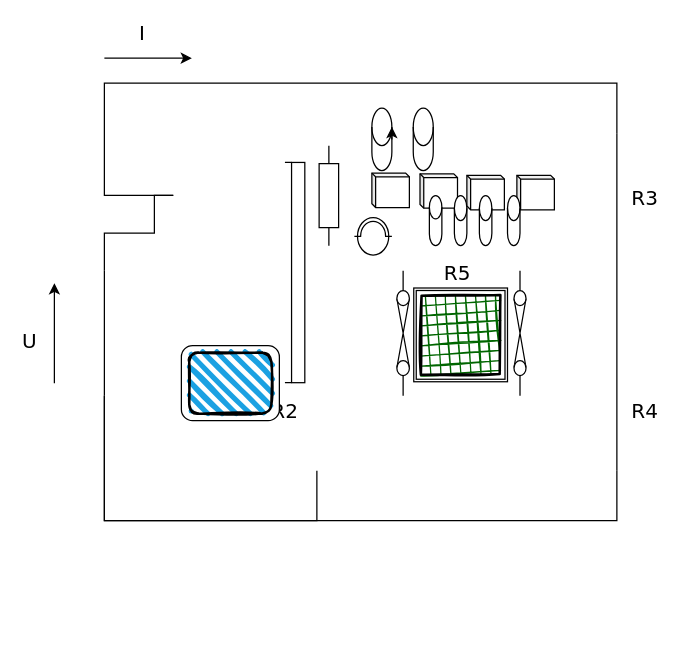
Earlier version of the draw.io diagram Untitled Diagram.drawio (Christcherubia/OpenClassroomsProject). Source tidied: cells renumbered, new cells numbered last; positions are measured from the earlier drawing's top-left corner, leaving out a move shared by most shapes. Both pictures are drawn from the tidied source at 125%, with x=0, y=0 at pixel (54, 58).
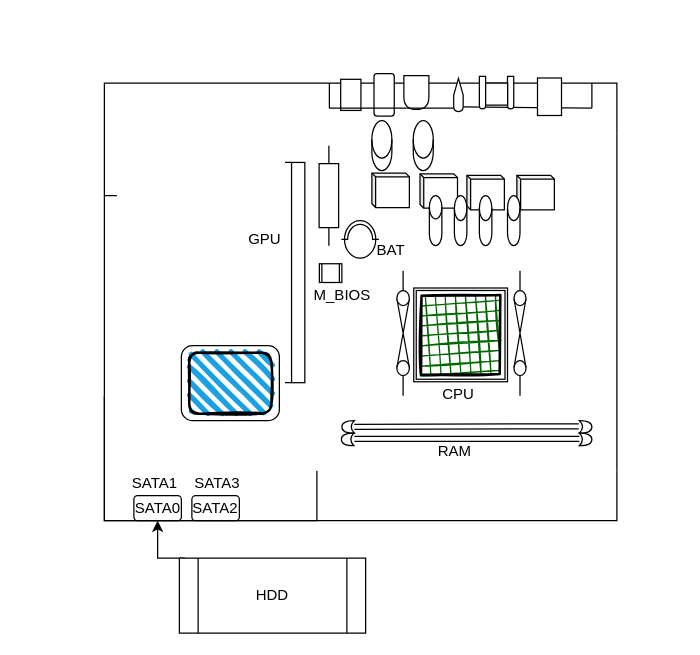
The same page after the edit.

Diff of the diagram source:
```diff
@@
-    <mxCell id="2" style="edgeStyle=orthogonalEdgeStyle;rounded=0;html=1;exitX=1;exitY=0.5;exitPerimeter=0;entryX=1;entryY=0.5;entryPerimeter=0;labelBackgroundColor=none;startArrow=none;startFill=0;startSize=5;endArrow=none;endFill=0;endSize=5;jettySize=auto;orthogonalLoop=1;strokeWidth=1;fontFamily=Verdana;fontSize=12;" parent="1" edge="1">
+    <mxCell id="2" style="edgeStyle=orthogonalEdgeStyle;rounded=0;html=1;entryX=1;entryY=0.5;entryPerimeter=0;labelBackgroundColor=none;startArrow=none;startFill=0;startSize=5;endArrow=none;endFill=0;endSize=5;jettySize=auto;orthogonalLoop=1;strokeWidth=1;fontFamily=Verdana;fontSize=12;" parent="1" edge="1">
       <mxGeometry relative="1" as="geometry">
-        <mxPoint x="95.1" y="109.8" as="sourcePoint" />
+        <mxPoint x="50" y="110" as="sourcePoint" />
         <mxPoint x="450" y="60" as="targetPoint" />
         <Array as="points">
           <mxPoint x="40" y="110" />
           <mxPoint x="40" y="20" />
           <mxPoint x="450" y="20" />
         </Array>
       </mxGeometry>
     </mxCell>
@@
-    <mxCell id="7" value="R2" style="text;html=1;align=left;verticalAlign=top;spacingTop=-4;fontSize=16;fontFamily=Verdana;" parent="1" vertex="1">
-      <mxGeometry x="172" y="270" width="40" height="20" as="geometry" />
-    </mxCell>
-    <mxCell id="8" value="R5" style="text;html=1;align=left;verticalAlign=top;spacingTop=-4;fontSize=16;fontFamily=Verdana;" parent="1" vertex="1">
-      <mxGeometry x="310" y="160" width="40" height="20" as="geometry" />
-    </mxCell>
-    <mxCell id="9" value="R3" style="text;html=1;align=left;verticalAlign=top;spacingTop=-4;fontSize=16;fontFamily=Verdana;" parent="1" vertex="1">
-      <mxGeometry x="460" y="100" width="40" height="20" as="geometry" />
-    </mxCell>
-    <mxCell id="10" value="R4" style="text;html=1;align=left;verticalAlign=top;spacingTop=-4;fontSize=16;fontFamily=Verdana;" parent="1" vertex="1">
-      <mxGeometry x="460" y="270" width="40" height="20" as="geometry" />
-    </mxCell>
-    <mxCell id="11" value="I" style="endArrow=classic;html=1;labelBackgroundColor=none;strokeWidth=1;fontFamily=Verdana;fontSize=16;" parent="1" edge="1">
-      <mxGeometry x="-0.14" y="20" relative="1" as="geometry">
-        <mxPoint x="40" as="sourcePoint" />
-        <mxPoint x="110" as="targetPoint" />
-      </mxGeometry>
-    </mxCell>
-    <mxCell id="12" value="U" style="endArrow=classic;html=1;labelBackgroundColor=none;strokeWidth=1;fontFamily=Verdana;fontSize=16;" parent="1" edge="1">
-      <mxGeometry x="-0.14" y="20" relative="1" as="geometry">
-        <mxPoint y="260" as="sourcePoint" />
-        <mxPoint y="180" as="targetPoint" />
-      </mxGeometry>
-    </mxCell>
@@
-    <mxCell id="14" style="edgeStyle=orthogonalEdgeStyle;rounded=0;html=1;exitX=1;exitY=0.5;exitPerimeter=0;entryX=1;entryY=0.5;entryPerimeter=0;labelBackgroundColor=none;startArrow=none;startFill=0;startSize=5;endArrow=none;endFill=0;endSize=5;jettySize=auto;orthogonalLoop=1;strokeWidth=1;fontFamily=Verdana;fontSize=12;" parent="1" edge="1">
-      <mxGeometry relative="1" as="geometry">
-        <mxPoint x="40" y="170" as="sourcePoint" />
-        <mxPoint x="95.1" y="109.8" as="targetPoint" />
-        <Array as="points">
-          <mxPoint x="40" y="140" />
-          <mxPoint x="80" y="140" />
-          <mxPoint x="80" y="110" />
-        </Array>
-      </mxGeometry>
-    </mxCell>
     <mxCell id="15" style="endArrow=none;html=1;" parent="1" edge="1">
       <mxGeometry relative="1" as="geometry">
         <mxPoint x="40" y="270" as="sourcePoint" />
-        <mxPoint x="40" y="170" as="targetPoint" />
+        <mxPoint x="40" y="110" as="targetPoint" />
       </mxGeometry>
     </mxCell>
     <mxCell id="16" style="verticalLabelPosition=bottom;shadow=0;dashed=0;align=center;html=1;verticalAlign=top;shape=mxgraph.electrical.miscellaneous.illuminating_bulb;" parent="1" vertex="1">
-      <mxGeometry x="240" y="127.5" width="30" height="30" as="geometry" />
+      <mxGeometry x="229.6" y="130" width="30" height="30" as="geometry" />
     </mxCell>
@@
     <mxCell id="19" style="shape=cylinder3;whiteSpace=wrap;html=1;boundedLbl=1;backgroundOutline=1;size=15;" parent="1" vertex="1">
-      <mxGeometry x="254" y="40" width="16" height="50" as="geometry" />
+      <mxGeometry x="254" y="50" width="16" height="40" as="geometry" />
     </mxCell>
-    <mxCell id="20" style="edgeStyle=orthogonalEdgeStyle;rounded=0;orthogonalLoop=1;jettySize=auto;html=1;exitX=1;exitY=0.5;exitDx=0;exitDy=0;exitPerimeter=0;entryX=1;entryY=0;entryDx=0;entryDy=15;entryPerimeter=0;" parent="1" edge="1" source="19" target="19">
-      <mxGeometry relative="1" as="geometry" />
-    </mxCell>
     <mxCell id="21" style="shape=cylinder3;whiteSpace=wrap;html=1;boundedLbl=1;backgroundOutline=1;size=15;" parent="1" vertex="1">
-      <mxGeometry x="287.1" y="40" width="16" height="50" as="geometry" />
+      <mxGeometry x="287.1" y="50" width="16" height="40" as="geometry" />
     </mxCell>
@@
+    <mxCell id="34" value="SATA0" style="rounded=1;whiteSpace=wrap;html=1;" parent="1" vertex="1">
+      <mxGeometry x="63.6" y="350" width="38" height="20" as="geometry" />
+    </mxCell>
+    <mxCell id="35" value="SATA2" style="rounded=1;whiteSpace=wrap;html=1;" parent="1" vertex="1">
+      <mxGeometry x="110" y="350" width="38" height="20" as="geometry" />
+    </mxCell>
+    <mxCell id="36" style="edgeStyle=orthogonalEdgeStyle;rounded=0;jettySize=auto;html=1;exitX=0;exitY=0;exitDx=0;exitDy=0;entryX=0.5;entryY=1;entryDx=0;entryDy=0;" parent="1" edge="1" target="34">
+      <mxGeometry relative="1" as="geometry">
+        <mxPoint x="104.3" y="400" as="sourcePoint" />
+      </mxGeometry>
+    </mxCell>
+    <mxCell id="37" value="HDD" style="shape=process;whiteSpace=wrap;html=1;backgroundOutline=1;" parent="1" vertex="1">
+      <mxGeometry x="100" y="400" width="149" height="60" as="geometry" />
+    </mxCell>
+    <mxCell id="38" value="CPU" style="text;html=1;align=center;verticalAlign=middle;" parent="1" vertex="1">
+      <mxGeometry x="303.1" y="258.9" width="40" height="20" as="geometry" />
+    </mxCell>
+    <mxCell id="39" value="GPU" style="text;html=1;align=center;verticalAlign=middle;" parent="1" vertex="1">
+      <mxGeometry x="148" y="135" width="40" height="20" as="geometry" />
+    </mxCell>
+    <mxCell id="40" style="shape=process;whiteSpace=wrap;html=1;backgroundOutline=1;" parent="1" vertex="1">
+      <mxGeometry x="212" y="164.5" width="18" height="15" as="geometry" />
+    </mxCell>
+    <mxCell id="41" value="M_BIOS" style="text;html=1;align=center;verticalAlign=middle;" parent="1" vertex="1">
+      <mxGeometry x="199.6" y="179.5" width="60" height="20" as="geometry" />
+    </mxCell>
+    <mxCell id="42" value="BAT" style="text;html=1;align=center;verticalAlign=middle;" parent="1" vertex="1">
+      <mxGeometry x="249" y="143.6" width="40" height="20" as="geometry" />
+    </mxCell>
+    <mxCell id="43" style="shape=link;html=1;" parent="1" edge="1">
+      <mxGeometry relative="1" as="geometry">
+        <mxPoint x="240" y="295" as="sourcePoint" />
+        <mxPoint x="419.5" y="294.5" as="targetPoint" />
+      </mxGeometry>
+    </mxCell>
+    <mxCell id="44" style="shape=link;html=1;" parent="1" edge="1">
+      <mxGeometry relative="1" as="geometry">
+        <mxPoint x="240" y="304.5" as="sourcePoint" />
+        <mxPoint x="420" y="304.5" as="targetPoint" />
+      </mxGeometry>
+    </mxCell>
+    <mxCell id="45" style="shape=xor;whiteSpace=wrap;html=1;" parent="1" vertex="1">
+      <mxGeometry x="420" y="290" width="10" height="10" as="geometry" />
+    </mxCell>
+    <mxCell id="46" style="shape=xor;whiteSpace=wrap;html=1;rotation=-180;" parent="1" vertex="1">
+      <mxGeometry x="230" y="290" width="10" height="10" as="geometry" />
+    </mxCell>
+    <mxCell id="47" style="shape=xor;whiteSpace=wrap;html=1;rotation=-180;" parent="1" vertex="1">
+      <mxGeometry x="229.6" y="300" width="10" height="10" as="geometry" />
+    </mxCell>
+    <mxCell id="48" style="shape=xor;whiteSpace=wrap;html=1;" parent="1" vertex="1">
+      <mxGeometry x="420" y="300" width="10" height="10" as="geometry" />
+    </mxCell>
+    <mxCell id="49" value="RAM" style="text;html=1;align=center;verticalAlign=middle;" parent="1" vertex="1">
+      <mxGeometry x="300" y="305" width="40" height="20" as="geometry" />
+    </mxCell>
+    <mxCell id="50" value="SATA1" style="text;html=1;align=center;verticalAlign=middle;" parent="1" vertex="1">
+      <mxGeometry x="55" y="330" width="50" height="20" as="geometry" />
+    </mxCell>
+    <mxCell id="51" value="SATA3" style="text;html=1;align=center;verticalAlign=middle;" parent="1" vertex="1">
+      <mxGeometry x="105" y="330" width="50" height="20" as="geometry" />
+    </mxCell>
+    <mxCell id="52" style="endArrow=none;html=1;exitX=0;exitY=0;exitDx=22.72;exitDy=0;exitPerimeter=0;" parent="1" edge="1" source="61">
+      <mxGeometry relative="1" as="geometry">
+        <mxPoint x="430" y="40" as="targetPoint" />
+      </mxGeometry>
+    </mxCell>
+    <mxCell id="53" style="endArrow=none;html=1;" parent="1" edge="1">
+      <mxGeometry relative="1" as="geometry">
+        <mxPoint x="430" y="40" as="sourcePoint" />
+        <mxPoint x="430" y="20" as="targetPoint" />
+      </mxGeometry>
+    </mxCell>
+    <mxCell id="54" style="endArrow=none;html=1;" parent="1" edge="1">
+      <mxGeometry relative="1" as="geometry">
+        <mxPoint x="220" y="40" as="sourcePoint" />
+        <mxPoint x="220" y="20" as="targetPoint" />
+      </mxGeometry>
+    </mxCell>
+    <mxCell id="55" style="rounded=0;whiteSpace=wrap;html=1;rotation=90;" parent="1" vertex="1">
+      <mxGeometry x="224.7" y="21.3" width="24.9" height="16.2" as="geometry" />
+    </mxCell>
+    <mxCell id="56" style="rounded=1;whiteSpace=wrap;html=1;rotation=-90;" parent="1" vertex="1">
+      <mxGeometry x="246.8" y="21.3" width="34" height="16.2" as="geometry" />
+    </mxCell>
+    <mxCell id="57" style="shape=delay;whiteSpace=wrap;html=1;rotation=90;" parent="1" vertex="1">
+      <mxGeometry x="276.1" y="17.6" width="27" height="20" as="geometry" />
+    </mxCell>
+    <mxCell id="58" style="shape=delay;whiteSpace=wrap;html=1;direction=south;" parent="1" vertex="1">
+      <mxGeometry x="340" y="14.6" width="5" height="26" as="geometry" />
+    </mxCell>
+    <mxCell id="59" style="shape=delay;whiteSpace=wrap;html=1;direction=south;" parent="1" vertex="1">
+      <mxGeometry x="362.5" y="14.6" width="5" height="26" as="geometry" />
+    </mxCell>
+    <mxCell id="60" style="whiteSpace=wrap;html=1;" parent="1" vertex="1">
+      <mxGeometry x="345" y="20" width="17.6" height="17.6" as="geometry" />
+    </mxCell>
+    <mxCell id="61" style="shape=display;whiteSpace=wrap;html=1;rotation=90;size=0.5;" parent="1" vertex="1">
+      <mxGeometry x="310" y="25.7" width="26.5" height="7.6" as="geometry" />
+    </mxCell>
+    <mxCell id="62" style="endArrow=none;html=1;entryX=0.899;entryY=1;entryDx=0;entryDy=0;entryPerimeter=0;" parent="1" edge="1" target="61">
+      <mxGeometry relative="1" as="geometry">
+        <mxPoint x="220" y="40" as="sourcePoint" />
+      </mxGeometry>
+    </mxCell>
+    <mxCell id="63" style="rounded=0;whiteSpace=wrap;html=1;rotation=90;" parent="1" vertex="1">
+      <mxGeometry x="381.1" y="21.3" width="30" height="19.2" as="geometry" />
+    </mxCell>
```
